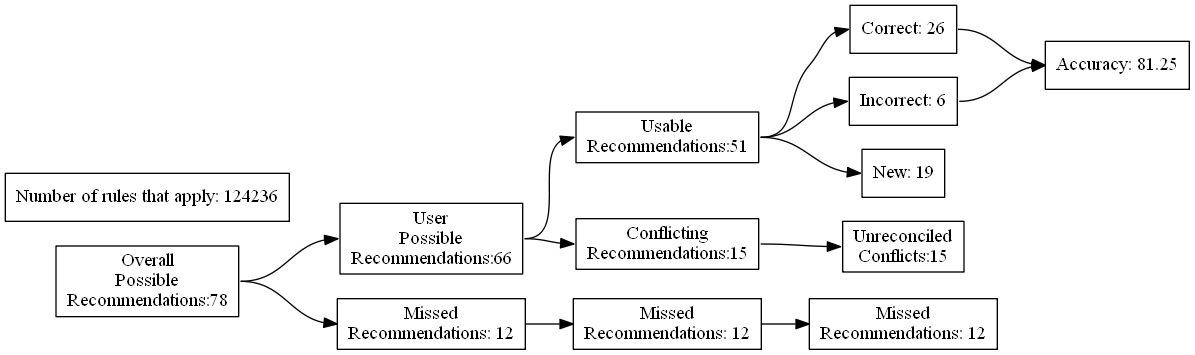
The Graphviz diagram test_renders/55.gv.png in ZaxR/ibd_diet_analysis, before a commit. Its source is kept beside it as test_renders/55.gv. Its diagram source:
```dot
digraph {
	graph [rankdir=LR]
	node [pos=r shape=box]
	edge [headport=w tailport=e]
		A [label="Overall
Possible
Recommendations:78"]
		B [label="User
Possible
Recommendations:66"]
		C [label="Missed
Recommendations: 12"]
		D [label="Usable
Recommendations:51"]
		E [label="Conflicting
Recommendations:15"]
		J [label="Missed
Recommendations: 12"]
		M [label="Unreconciled
Conflicts:15"]
		F [label="Correct: 26"]
		G [label="Incorrect: 6"]
		H [label="New: 19"]
		K [label="Missed
Recommendations: 12"]
		I [label="Accuracy: 81.25"]
		l [label="Number of rules that apply: 124236"]
			A -> B
			A -> C
			B -> D
			B -> E
			D -> F
			D -> G
			D -> H
			F -> I
			G -> I
			C -> J
			J -> K
			E -> M
}
```
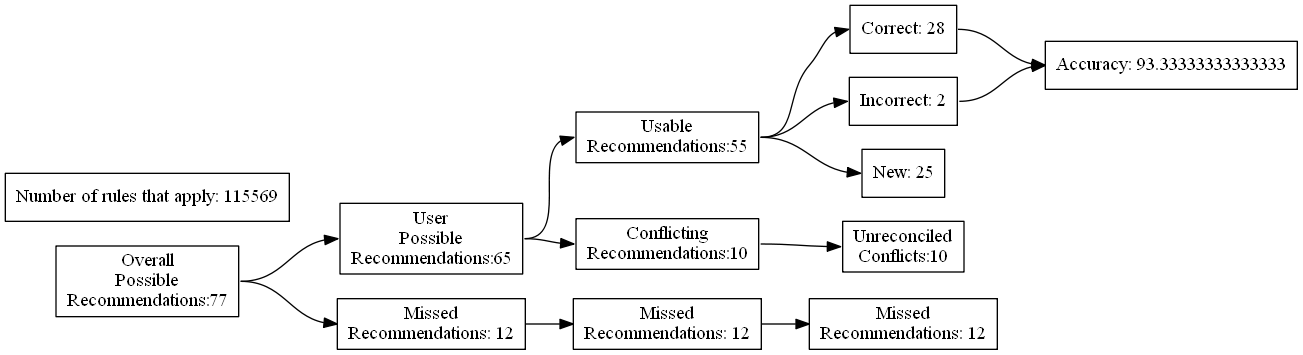
The same file after the commit.

The edit, as a diff of the source:
```diff
@@ -4,27 +4,27 @@
 	edge [headport=w tailport=e]
 		A [label="Overall
 Possible
-Recommendations:78"]
+Recommendations:77"]
 		B [label="User
 Possible
-Recommendations:66"]
+Recommendations:65"]
 		C [label="Missed
 Recommendations: 12"]
 		D [label="Usable
-Recommendations:51"]
+Recommendations:55"]
 		E [label="Conflicting
-Recommendations:15"]
+Recommendations:10"]
 		J [label="Missed
 Recommendations: 12"]
 		M [label="Unreconciled
-Conflicts:15"]
-		F [label="Correct: 26"]
-		G [label="Incorrect: 6"]
-		H [label="New: 19"]
+Conflicts:10"]
+		F [label="Correct: 28"]
+		G [label="Incorrect: 2"]
+		H [label="New: 25"]
 		K [label="Missed
 Recommendations: 12"]
-		I [label="Accuracy: 81.25"]
-		l [label="Number of rules that apply: 124236"]
+		I [label="Accuracy: 93.33333333333333"]
+		l [label="Number of rules that apply: 115569"]
 			A -> B
 			A -> C
 			B -> D
```
